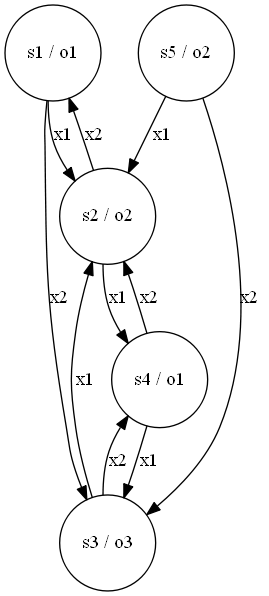
iandreyshev/AutomataTheory keeps this Graphviz diagram as Automata/minimized_machine.png. Above is the earlier version. Its source is kept beside it as Automata/minimized_machine.dot.
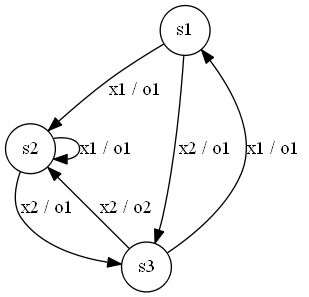
The same file after the commit.

What changed in the source:
```diff
@@ -1,17 +1,11 @@
 digraph G{
-1 [shape="circle"label="s1 / o1"];
-1->2 [label="x1 "];
-1->3 [label="x2 "];
-2 [shape="circle"label="s2 / o2"];
-2->4 [label="x1 "];
-2->1 [label="x2 "];
-3 [shape="circle"label="s3 / o3"];
-3->2 [label="x1 "];
-3->4 [label="x2 "];
-4 [shape="circle"label="s4 / o1"];
-4->3 [label="x1 "];
-4->2 [label="x2 "];
-5 [shape="circle"label="s5 / o2"];
-5->2 [label="x1 "];
-5->3 [label="x2 "];
+1 [shape="circle"label="s1"];
+1->2 [label="x1 / o1 "];
+1->3 [label="x2 / o1 "];
+2 [shape="circle"label="s2"];
+2->2 [label="x1 / o1 "];
+2->3 [label="x2 / o1 "];
+3 [shape="circle"label="s3"];
+3->1 [label="x1 / o1 "];
+3->2 [label="x2 / o2 "];
 }
```
